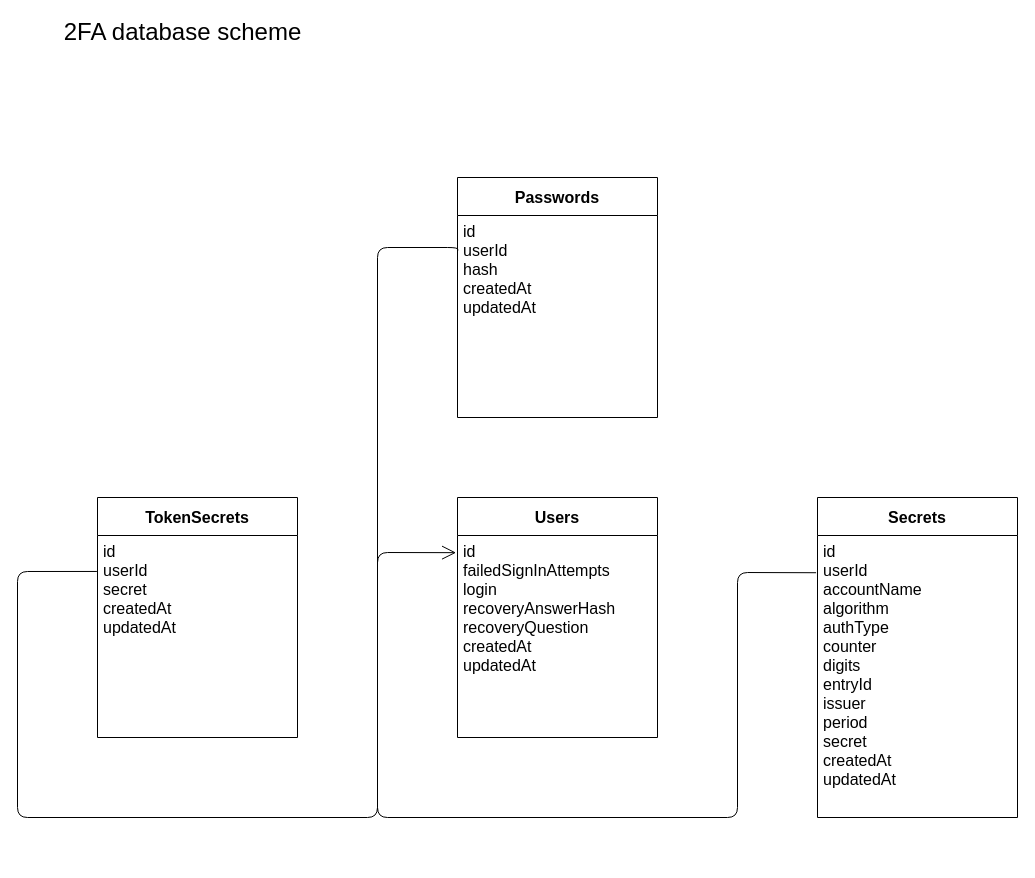
This is 2fa-database.drawio from peterdee/2fa-backend, a draw.io file, before an edit. Source tidied: cells renumbered, new cells numbered last; positions are measured from the earlier drawing's top-left corner, leaving out a move shared by most shapes. Both pictures are drawn from the tidied source at 100%, with x=0, y=0 at pixel (17, 17).
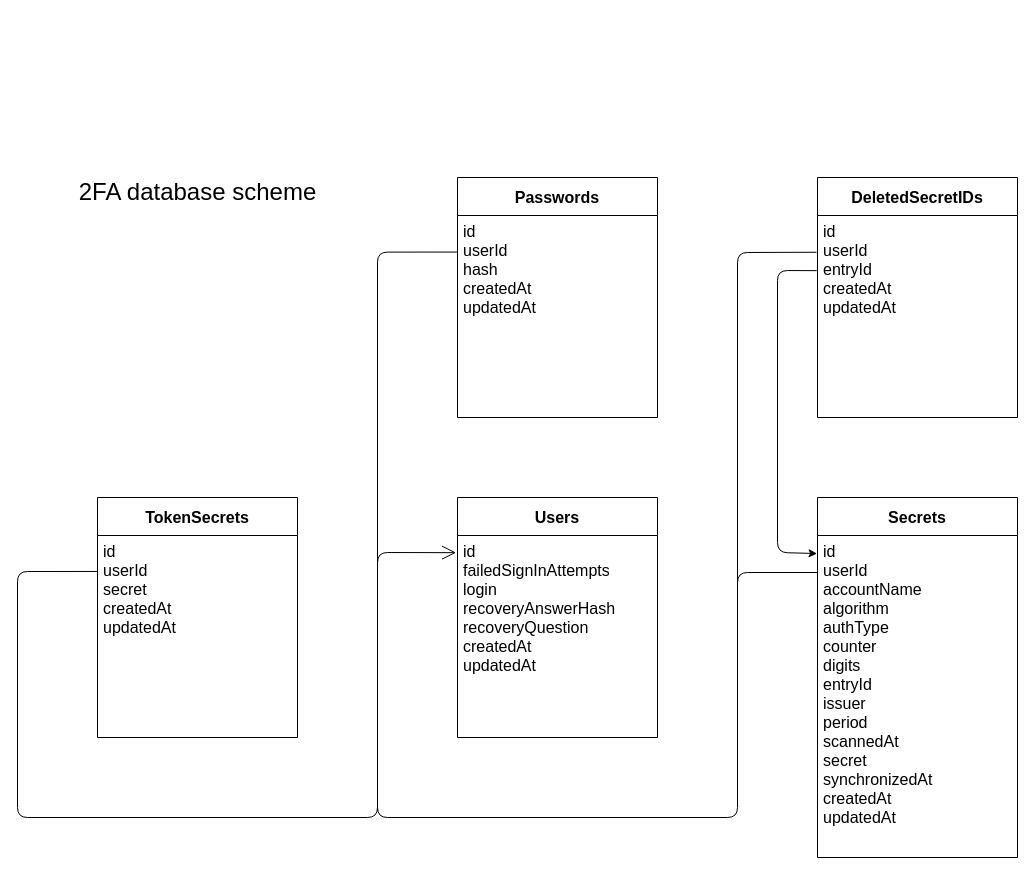
After the change.

Commit message (it also covers changes not shown here):
Update database scheme, work on Secrets APIs

The change refers to these unchanged cells:
```xml
<mxCell id="2" value="Users" style="swimlane;fontStyle=1;horizontal=1;startSize=38;glass=0;rounded=0;comic=0;shadow=0;fontSize=16;align=center;" parent="1" vertex="1">
  <mxGeometry x="440" y="480" width="200" height="240" as="geometry" />
</mxCell>
<mxCell id="7" value="TokenSecrets" style="swimlane;fontStyle=1;horizontal=1;startSize=38;glass=0;rounded=0;comic=0;shadow=0;fontSize=16;align=center;" parent="1" vertex="1">
  <mxGeometry x="80" y="480" width="200" height="240" as="geometry" />
</mxCell>
<mxCell id="11" value="id&#10;userId&#10;hash&#10;createdAt&#10;updatedAt" style="text;align=left;verticalAlign=top;spacingLeft=4;spacingRight=4;overflow=hidden;points=[[0,0.5],[1,0.5]];portConstraint=eastwest;fontSize=16;" parent="10" vertex="1">
  <mxGeometry y="38" width="200" height="202" as="geometry" />
</mxCell>
```

The edit, as a diff of the source:
```diff
@@
-    <mxCell id="3" value="id&#10;failedSignInAttempts&#10;login&#10;recoveryAnswerHash&#10;recoveryQuestion&#10;createdAt&#10;updatedAt" style="text;align=left;verticalAlign=top;spacingLeft=4;spacingRight=4;overflow=hidden;points=[[0,0.5],[1,0.5]];portConstraint=eastwest;fontSize=16;" parent="2" vertex="1">
+    <mxCell id="3" value="id&#10;failedSignInAttempts&#10;login&#10;recoveryAnswerHash&#10;recoveryQuestion&#10;createdAt&#10;updatedAt" style="text;align=left;verticalAlign=top;spacingLeft=4;spacingRight=4;overflow=hidden;points=[[0,0.5],[1,0.5]];portConstraint=eastwest;fontSize=16;fillColor=none;" parent="2" vertex="1">
       <mxGeometry y="38" width="200" height="202" as="geometry" />
     </mxCell>
     <mxCell id="4" value="Secrets" style="swimlane;fontStyle=1;horizontal=1;startSize=38;glass=0;rounded=0;comic=0;shadow=0;fontSize=16;align=center;" parent="1" vertex="1">
-      <mxGeometry x="800" y="480" width="200" height="320" as="geometry" />
+      <mxGeometry x="800" y="480" width="200" height="360" as="geometry" />
     </mxCell>
-    <mxCell id="5" value="id&#10;userId&#10;accountName&#10;algorithm&#10;authType&#10;counter&#10;digits&#10;entryId&#10;issuer&#10;period&#10;secret&#10;createdAt&#10;updatedAt" style="text;align=left;verticalAlign=top;spacingLeft=4;spacingRight=4;overflow=hidden;points=[[0,0.5],[1,0.5]];portConstraint=eastwest;fontSize=16;" parent="4" vertex="1">
-      <mxGeometry y="38" width="200" height="282" as="geometry" />
+    <mxCell id="5" value="id&#10;userId&#10;accountName&#10;algorithm&#10;authType&#10;counter&#10;digits&#10;entryId&#10;issuer&#10;period&#10;scannedAt&#10;secret&#10;synchronizedAt&#10;createdAt&#10;updatedAt" style="text;align=left;verticalAlign=top;spacingLeft=4;spacingRight=4;overflow=hidden;points=[[0,0.5],[1,0.5]];portConstraint=eastwest;fontSize=16;fillColor=none;" parent="4" vertex="1">
+      <mxGeometry y="38" width="200" height="322" as="geometry" />
     </mxCell>
-    <mxCell id="6" style="endArrow=open;endFill=1;endSize=12;html=1;fontSize=16;exitX=-0.007;exitY=0.132;exitDx=0;exitDy=0;exitPerimeter=0;entryX=-0.007;entryY=0.085;entryDx=0;entryDy=0;entryPerimeter=0;" parent="1" edge="1" source="5" target="3">
+    <mxCell id="6" style="endArrow=open;endFill=1;endSize=12;html=1;fontSize=16;entryX=-0.007;entryY=0.085;entryDx=0;entryDy=0;entryPerimeter=0;" parent="1" edge="1" target="3">
       <mxGeometry relative="1" as="geometry">
+        <mxPoint x="800" y="555" as="sourcePoint" />
         <Array as="points">
           <mxPoint x="720" y="555" />
           <mxPoint x="720" y="800" />
           <mxPoint x="360" y="800" />
           <mxPoint x="360" y="535" />
         </Array>
       </mxGeometry>
     </mxCell>
@@
-    <mxCell id="8" value="id&#10;userId&#10;secret&#10;createdAt&#10;updatedAt" style="text;align=left;verticalAlign=top;spacingLeft=4;spacingRight=4;overflow=hidden;points=[[0,0.5],[1,0.5]];portConstraint=eastwest;fontSize=16;" parent="7" vertex="1">
+    <mxCell id="8" value="id&#10;userId&#10;secret&#10;createdAt&#10;updatedAt" style="text;align=left;verticalAlign=top;spacingLeft=4;spacingRight=4;overflow=hidden;points=[[0,0.5],[1,0.5]];portConstraint=eastwest;fontSize=16;fillColor=none;" parent="7" vertex="1">
       <mxGeometry y="38" width="200" height="202" as="geometry" />
     </mxCell>
@@
-    <mxCell id="12" style="endArrow=none;html=1;edgeStyle=orthogonalEdgeStyle;fontSize=16;exitX=0.001;exitY=0.176;exitDx=0;exitDy=0;exitPerimeter=0;" parent="1" edge="1" source="11">
+    <mxCell id="12" style="endArrow=none;html=1;edgeStyle=orthogonalEdgeStyle;fontSize=16;exitX=-0.001;exitY=0.181;exitDx=0;exitDy=0;exitPerimeter=0;" parent="1" edge="1" source="11">
       <mxGeometry relative="1" as="geometry">
         <mxPoint x="360" y="580" as="targetPoint" />
         <Array as="points">
-          <mxPoint x="440" y="230" />
-          <mxPoint x="360" y="230" />
+          <mxPoint x="360" y="235" />
         </Array>
       </mxGeometry>
     </mxCell>
     <mxCell id="13" value="&lt;font style=&quot;font-size: 24px&quot;&gt;2FA database scheme&lt;/font&gt;" style="text;html=1;align=center;verticalAlign=middle;fontSize=16;" parent="1" vertex="1">
-      <mxGeometry x="40" width="250" height="30" as="geometry" />
+      <mxGeometry x="55" y="160" width="250" height="30" as="geometry" />
     </mxCell>
+    <mxCell id="14" value="DeletedSecretIDs" style="swimlane;fontStyle=1;horizontal=1;startSize=38;glass=0;rounded=0;comic=0;shadow=0;fontSize=16;align=center;fillColor=none;" parent="1" vertex="1">
+      <mxGeometry x="800" y="160" width="200" height="240" as="geometry" />
+    </mxCell>
+    <mxCell id="15" value="id&#10;userId&#10;entryId&#10;createdAt&#10;updatedAt" style="text;align=left;verticalAlign=top;spacingLeft=4;spacingRight=4;overflow=hidden;points=[[0,0.5],[1,0.5]];portConstraint=eastwest;fontSize=16;" parent="14" vertex="1">
+      <mxGeometry y="38" width="200" height="202" as="geometry" />
+    </mxCell>
+    <mxCell id="16" style="endArrow=classic;html=1;rounded=1;entryX=-0.002;entryY=0.056;entryDx=0;entryDy=0;entryPerimeter=0;exitX=-0.004;exitY=0.273;exitDx=0;exitDy=0;exitPerimeter=0;" parent="1" edge="1" source="15" target="5">
+      <mxGeometry relative="1" as="geometry">
+        <Array as="points">
+          <mxPoint x="760" y="253" />
+          <mxPoint x="760" y="535" />
+        </Array>
+      </mxGeometry>
+    </mxCell>
+    <mxCell id="17" style="endArrow=none;html=1;rounded=1;entryX=-0.005;entryY=0.182;entryDx=0;entryDy=0;entryPerimeter=0;" parent="1" edge="1" target="15">
+      <mxGeometry relative="1" as="geometry">
+        <mxPoint x="720" y="680.4" as="sourcePoint" />
+        <Array as="points">
+          <mxPoint x="720" y="235" />
+        </Array>
+      </mxGeometry>
+    </mxCell>
```
